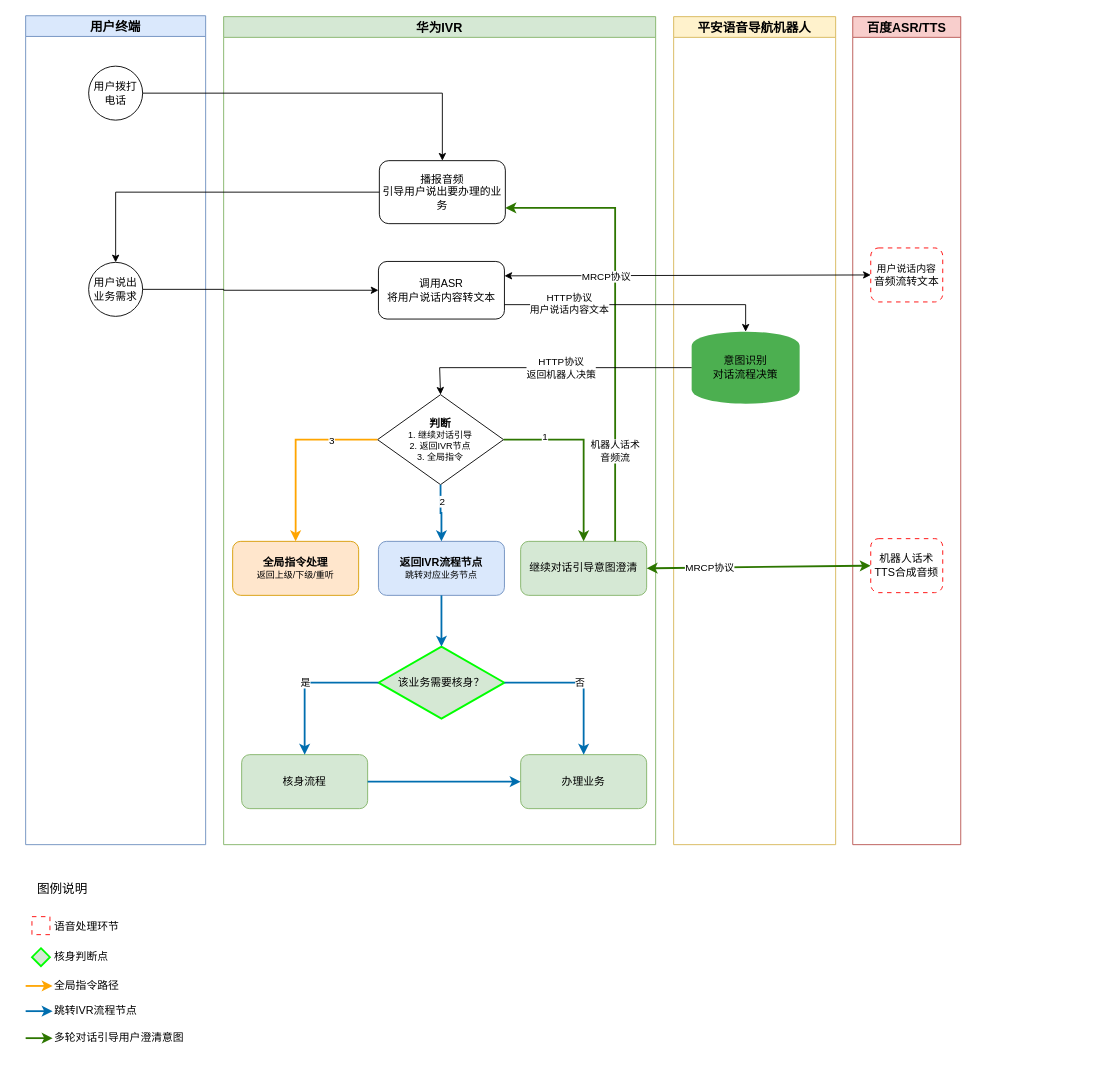
Earlier version of the draw.io diagram page "智能语音导航集成方案" (4 of 4) of OC/国开行智能客服.drawio (iceAcmen/myDesign). Source tidied: cells renumbered, new cells numbered last; positions are measured from the earlier drawing's top-left corner, leaving out a move shared by most shapes. Both pictures are drawn from the tidied source at 90%, with x=0, y=0 at pixel (25, 15).
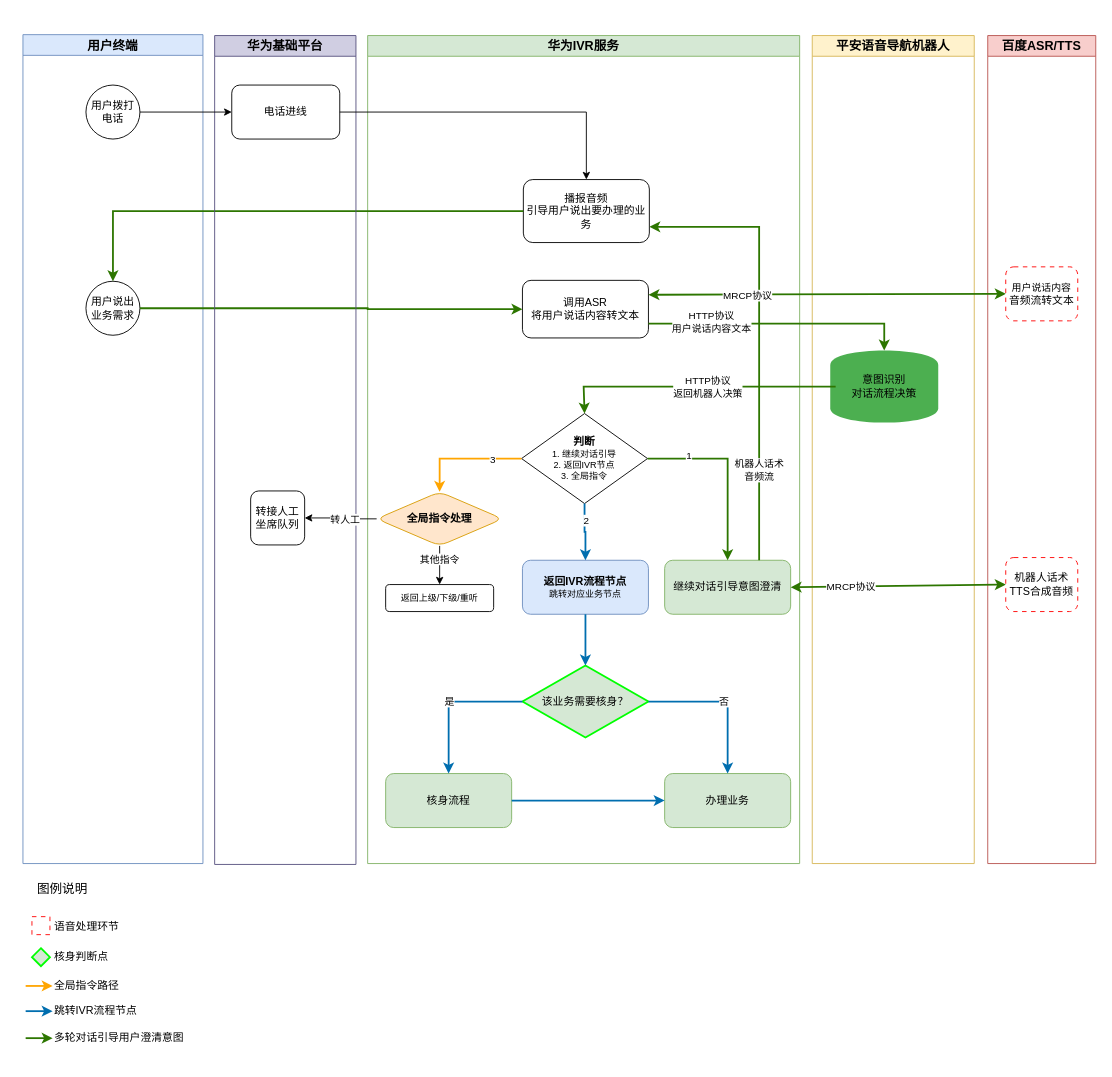
After the change.

Commit message (it also covers changes not shown here):
更新国开行智能客服.drawio

The change refers to these unchanged cells:
```xml
<mxCell id="4" value="用户拨打电话" style="ellipse;whiteSpace=wrap;html=1;fontSize=12;" parent="3" vertex="1">
  <mxGeometry x="70" y="56" width="60" height="60" as="geometry" />
</mxCell>
<mxCell id="5" value="用户说出业务需求" style="ellipse;whiteSpace=wrap;html=1;fontSize=12;" parent="3" vertex="1">
  <mxGeometry x="70" y="274" width="60" height="60" as="geometry" />
</mxCell>
<mxCell id="16" value="&lt;b&gt;判断&lt;/b&gt;&lt;div style=&quot;font-size:10px;&quot;&gt;1. 继续对话引导&lt;br&gt;2. 返回IVR节点&lt;br&gt;3. 全局指令&lt;/div&gt;" style="shape=rhombus;whiteSpace=wrap;html=1;fillColor=#FFFFFF;strokeColor=#000000;fontSize=12;perimeter=rhombusPerimeter;" parent="6" vertex="1">
  <mxGeometry x="171" y="420" width="140" height="100" as="geometry" />
</mxCell>
<mxCell id="24" value="调用ASR&lt;div&gt;将用户说话内容转文本&lt;/div&gt;" style="whiteSpace=wrap;html=1;fillColor=#FFFFFF;strokeColor=#000000;fontSize=12;shape=label;fixedSize=1;rounded=1;" parent="6" vertex="1">
  <mxGeometry x="172" y="272" width="140" height="64" as="geometry" />
</mxCell>
<mxCell id="25" value="播报音频&lt;br&gt;引导用户说出要办理的业务" style="rounded=1;whiteSpace=wrap;html=1;fillColor=#FFFFFF;strokeColor=#000000;fontSize=12;" parent="6" vertex="1">
  <mxGeometry x="173" y="160" width="140" height="70" as="geometry" />
</mxCell>
<mxCell id="29" value="意图识别&lt;div&gt;对话流程决策&lt;/div&gt;" style="shape=cylinder;whiteSpace=wrap;html=1;fillColor=#4CAF50;strokeColor=none;fontSize=12;" parent="28" vertex="1">
  <mxGeometry x="20" y="350" width="120" height="80" as="geometry" />
</mxCell>
<mxCell id="31" value="&lt;div&gt;&lt;span style=&quot;font-size: 11px; text-wrap: nowrap; background-color: rgb(255, 255, 255);&quot;&gt;用户说话内容&lt;/span&gt;&lt;/div&gt;音频流转文本" style="rounded=1;whiteSpace=wrap;html=1;fillColor=#FFFFFF;strokeColor=#000000;fontSize=12;dashed=1;dashPattern=5 5;strokeColor=#FF0000;" parent="30" vertex="1">
  <mxGeometry x="20" y="257" width="80" height="60" as="geometry" />
</mxCell>
```

What changed in the source:
```diff
@@
     <mxCell id="3" value="用户终端" style="swimlane;whiteSpace=wrap;html=1;fontSize=14;fillColor=#dae8fc;strokeColor=#6c8ebf;startSize=23;" parent="1" vertex="1">
-      <mxGeometry width="200" height="921" as="geometry" />
+      <mxGeometry x="-3" y="21" width="200" height="921" as="geometry" />
     </mxCell>
@@
-    <mxCell id="6" value="华为IVR" style="swimlane;whiteSpace=wrap;html=1;fontSize=14;fillColor=#d5e8d4;strokeColor=#82b366;" parent="1" vertex="1">
-      <mxGeometry x="220" y="1" width="480" height="920" as="geometry" />
+    <mxCell id="6" value="华为IVR服务" style="swimlane;whiteSpace=wrap;html=1;fontSize=14;fillColor=#d5e8d4;strokeColor=#82b366;" parent="1" vertex="1">
+      <mxGeometry x="380" y="22" width="480" height="920" as="geometry" />
     </mxCell>
@@
+    <mxCell id="58" style="edgeStyle=orthogonalEdgeStyle;rounded=0;jettySize=auto;html=1;exitX=0.5;exitY=1;exitDx=0;exitDy=0;entryX=0.5;entryY=0;entryDx=0;entryDy=0;" parent="6" edge="1" source="15" target="60">
+      <mxGeometry relative="1" as="geometry" />
+    </mxCell>
+    <mxCell id="59" value="其他指令" style="edgeLabel;html=1;align=center;verticalAlign=middle;" parent="58" vertex="1">
+      <mxGeometry x="-0.35" y="-1" relative="1" as="geometry" />
+    </mxCell>
-    <mxCell id="15" value="&lt;b&gt;全局指令处理&lt;/b&gt;&lt;div style=&quot;font-size:10px;&quot;&gt;返回上级/下级/重听&lt;/div&gt;" style="rounded=1;whiteSpace=wrap;html=1;fillColor=#ffe6cc;strokeColor=#d79b00;fontSize=12;" parent="6" vertex="1">
-      <mxGeometry x="10" y="583" width="140" height="60" as="geometry" />
+    <mxCell id="15" value="&lt;b&gt;全局指令处理&lt;/b&gt;" style="rounded=1;whiteSpace=wrap;html=1;fillColor=#ffe6cc;strokeColor=#d79b00;fontSize=12;shape=rhombus;perimeter=rhombusPerimeter;" parent="6" vertex="1">
+      <mxGeometry x="10" y="507" width="140" height="60" as="geometry" />
     </mxCell>
@@
+    <mxCell id="60" value="&lt;span style=&quot;font-size: 10px;&quot;&gt;返回上级/下级/重听&lt;/span&gt;" style="rounded=1;whiteSpace=wrap;html=1;" parent="6" vertex="1">
+      <mxGeometry x="20" y="610" width="120" height="30" as="geometry" />
+    </mxCell>
     <mxCell id="28" value="平安语音导航机器人" style="swimlane;whiteSpace=wrap;html=1;fontSize=14;fillColor=#fff2cc;strokeColor=#d6b656;" parent="1" vertex="1">
-      <mxGeometry x="720" y="1" width="180" height="920" as="geometry" />
+      <mxGeometry x="874" y="22" width="180" height="920" as="geometry" />
     </mxCell>
@@
     <mxCell id="30" value="百度ASR/TTS" style="swimlane;whiteSpace=wrap;html=1;fontSize=14;fillColor=#f8cecc;strokeColor=#b85450;" parent="1" vertex="1">
-      <mxGeometry x="919" y="1" width="120" height="920" as="geometry" />
+      <mxGeometry x="1069" y="22" width="120" height="920" as="geometry" />
     </mxCell>
@@
-    <mxCell id="33" style="edgeStyle=orthogonalEdgeStyle;rounded=0;html=1;endArrow=classic;endFill=1;jettySize=auto;strokeWidth=1;entryX=0.5;entryY=0;entryDx=0;entryDy=0;" parent="1" edge="1" source="4" target="25">
-      <mxGeometry relative="1" as="geometry" />
-    </mxCell>
-    <mxCell id="34" style="edgeStyle=orthogonalEdgeStyle;rounded=0;html=1;endArrow=classic;endFill=1;jettySize=auto;strokeWidth=1;exitX=0;exitY=0.5;exitDx=0;exitDy=0;" parent="1" edge="1" source="25" target="5">
+    <mxCell id="34" style="edgeStyle=orthogonalEdgeStyle;rounded=0;html=1;endArrow=classic;endFill=1;jettySize=auto;strokeWidth=2;exitX=0;exitY=0.5;exitDx=0;exitDy=0;strokeColor=#2D7600;align=center;verticalAlign=middle;fontFamily=Helvetica;fontSize=11;fontColor=default;labelBackgroundColor=default;fillColor=#60a917;" parent="1" edge="1" source="25" target="5">
       <mxGeometry relative="1" as="geometry" />
     </mxCell>
-    <mxCell id="35" style="edgeStyle=orthogonalEdgeStyle;rounded=0;html=1;endArrow=classic;endFill=1;jettySize=auto;strokeWidth=1;exitX=0;exitY=0.5;exitDx=0;exitDy=0;entryX=0.5;entryY=0;entryDx=0;entryDy=0;" parent="1" edge="1" source="29" target="16">
+    <mxCell id="35" style="edgeStyle=orthogonalEdgeStyle;rounded=0;html=1;endArrow=classic;endFill=1;jettySize=auto;strokeWidth=2;exitX=0;exitY=0.5;exitDx=0;exitDy=0;entryX=0.5;entryY=0;entryDx=0;entryDy=0;strokeColor=#2D7600;align=center;verticalAlign=middle;fontFamily=Helvetica;fontSize=11;fontColor=default;labelBackgroundColor=default;fillColor=#60a917;" parent="1" edge="1" source="29" target="16">
       <mxGeometry relative="1" as="geometry">
         <Array as="points">
-          <mxPoint x="740" y="391" />
-          <mxPoint x="460" y="391" />
-          <mxPoint x="460" y="421" />
+          <mxPoint x="900" y="412" />
+          <mxPoint x="620" y="412" />
+          <mxPoint x="620" y="442" />
         </Array>
       </mxGeometry>
     </mxCell>
-    <mxCell id="36" value="HTTP协议&lt;div&gt;返回机器人决策&lt;/div&gt;" style="edgeLabel;html=1;align=center;verticalAlign=middle;" parent="35" vertex="1">
+    <mxCell id="36" value="HTTP协议&lt;div&gt;返回机器人决策&lt;/div&gt;" style="edgeLabel;html=1;align=center;verticalAlign=middle;rounded=0;strokeColor=#2D7600;strokeWidth=2;fontFamily=Helvetica;fontSize=11;fontColor=default;labelBackgroundColor=default;fillColor=#60a917;" parent="35" vertex="1">
       <mxGeometry x="-0.06" relative="1" as="geometry" />
     </mxCell>
@@
-    <mxCell id="44" style="edgeStyle=orthogonalEdgeStyle;rounded=0;html=1;endArrow=classic;endFill=1;jettySize=auto;strokeWidth=1;entryX=0;entryY=0.5;entryDx=0;entryDy=0;exitX=1;exitY=0.5;exitDx=0;exitDy=0;" parent="1" edge="1" source="5" target="24">
+    <mxCell id="44" style="edgeStyle=orthogonalEdgeStyle;rounded=0;html=1;endArrow=classic;endFill=1;jettySize=auto;strokeWidth=2;entryX=0;entryY=0.5;entryDx=0;entryDy=0;exitX=1;exitY=0.5;exitDx=0;exitDy=0;strokeColor=#2D7600;align=center;verticalAlign=middle;fontFamily=Helvetica;fontSize=11;fontColor=default;labelBackgroundColor=default;fillColor=#60a917;" parent="1" edge="1" source="5" target="24">
       <mxGeometry relative="1" as="geometry">
         <Array as="points">
-          <mxPoint x="220" y="305" />
+          <mxPoint x="380" y="326" />
         </Array>
       </mxGeometry>
     </mxCell>
@@
-    <mxCell id="46" style="endArrow=classic;startArrow=classic;html=1;rounded=0;entryX=0;entryY=0.5;entryDx=0;entryDy=0;exitX=1;exitY=0.25;exitDx=0;exitDy=0;" parent="1" edge="1" source="24" target="31">
+    <mxCell id="46" style="endArrow=classic;startArrow=classic;html=1;rounded=0;entryX=0;entryY=0.5;entryDx=0;entryDy=0;exitX=1;exitY=0.25;exitDx=0;exitDy=0;strokeColor=#2D7600;strokeWidth=2;align=center;verticalAlign=middle;fontFamily=Helvetica;fontSize=11;fontColor=default;labelBackgroundColor=default;endFill=1;fillColor=#60a917;" parent="1" edge="1" source="24" target="31">
       <mxGeometry relative="1" as="geometry" />
     </mxCell>
-    <mxCell id="47" value="MRCP协议" style="edgeLabel;html=1;align=center;verticalAlign=middle;" parent="46" vertex="1">
+    <mxCell id="47" value="MRCP协议" style="edgeLabel;html=1;align=center;verticalAlign=middle;rounded=0;strokeColor=#2D7600;strokeWidth=2;fontFamily=Helvetica;fontSize=11;fontColor=default;labelBackgroundColor=default;fillColor=#60a917;" parent="46" vertex="1">
       <mxGeometry x="-0.45" y="-1" relative="1" as="geometry" />
     </mxCell>
-    <mxCell id="48" style="edgeStyle=orthogonalEdgeStyle;rounded=0;jettySize=auto;html=1;exitX=1;exitY=0.75;exitDx=0;exitDy=0;entryX=0.5;entryY=0;entryDx=0;entryDy=0;" parent="1" edge="1" source="24" target="29">
+    <mxCell id="48" style="edgeStyle=orthogonalEdgeStyle;rounded=0;jettySize=auto;html=1;exitX=1;exitY=0.75;exitDx=0;exitDy=0;entryX=0.5;entryY=0;entryDx=0;entryDy=0;strokeColor=#2D7600;strokeWidth=2;align=center;verticalAlign=middle;fontFamily=Helvetica;fontSize=11;fontColor=default;labelBackgroundColor=default;endArrow=classic;endFill=1;fillColor=#60a917;" parent="1" edge="1" source="24" target="29">
       <mxGeometry relative="1" as="geometry" />
     </mxCell>
-    <mxCell id="49" value="HTTP协议&lt;div&gt;用户说话内容文本&lt;/div&gt;" style="edgeLabel;html=1;align=center;verticalAlign=middle;" parent="48" vertex="1">
+    <mxCell id="49" value="HTTP协议&lt;div&gt;用户说话内容文本&lt;/div&gt;" style="edgeLabel;html=1;align=center;verticalAlign=middle;rounded=0;strokeColor=#2D7600;strokeWidth=2;fontFamily=Helvetica;fontSize=11;fontColor=default;labelBackgroundColor=default;fillColor=#60a917;" parent="48" vertex="1">
       <mxGeometry x="-0.52" y="2" relative="1" as="geometry">
         <mxPoint x="-1" as="offset" />
       </mxGeometry>
     </mxCell>
@@
+    <mxCell id="61" value="华为基础平台" style="swimlane;whiteSpace=wrap;html=1;fontSize=14;fillColor=#d0cee2;strokeColor=#56517e;startSize=23;" parent="1" vertex="1">
+      <mxGeometry x="210" y="22" width="157" height="921" as="geometry" />
+    </mxCell>
+    <mxCell id="62" value="转接人工坐席队列" style="rounded=1;whiteSpace=wrap;html=1;" parent="61" vertex="1">
+      <mxGeometry x="40" y="506" width="60" height="60" as="geometry" />
+    </mxCell>
+    <mxCell id="63" value="电话进线" style="rounded=1;whiteSpace=wrap;html=1;" parent="61" vertex="1">
+      <mxGeometry x="19" y="55" width="120" height="60" as="geometry" />
+    </mxCell>
+    <mxCell id="64" style="edgeStyle=orthogonalEdgeStyle;rounded=0;jettySize=auto;html=1;exitX=0;exitY=0.5;exitDx=0;exitDy=0;entryX=1;entryY=0.5;entryDx=0;entryDy=0;" parent="1" edge="1" source="15" target="62">
+      <mxGeometry relative="1" as="geometry" />
+    </mxCell>
+    <mxCell id="65" value="转人工" style="edgeLabel;html=1;align=center;verticalAlign=middle;" parent="64" vertex="1">
+      <mxGeometry x="-0.09" relative="1" as="geometry">
+        <mxPoint x="1" as="offset" />
+      </mxGeometry>
+    </mxCell>
+    <mxCell id="66" style="edgeStyle=orthogonalEdgeStyle;rounded=0;jettySize=auto;html=1;exitX=1;exitY=0.5;exitDx=0;exitDy=0;entryX=0;entryY=0.5;entryDx=0;entryDy=0;" parent="1" edge="1" source="4" target="63">
+      <mxGeometry relative="1" as="geometry" />
+    </mxCell>
+    <mxCell id="67" style="edgeStyle=orthogonalEdgeStyle;rounded=0;jettySize=auto;html=1;" parent="1" edge="1" source="63" target="25">
+      <mxGeometry relative="1" as="geometry" />
+    </mxCell>
```
